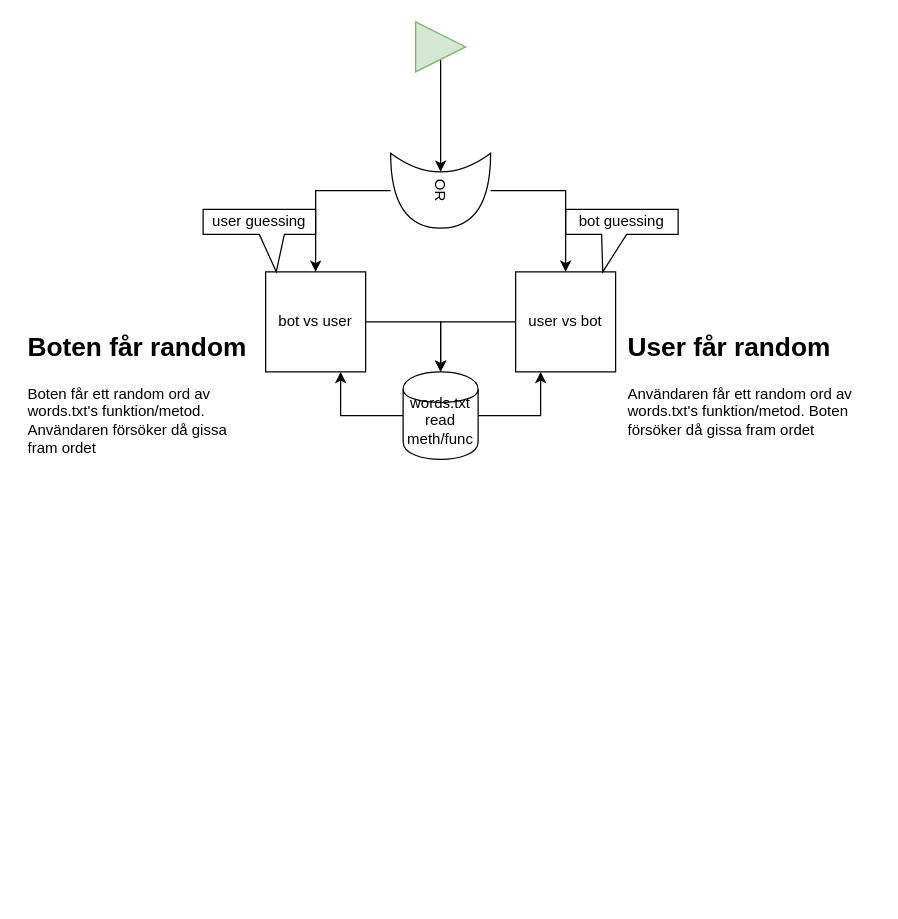
Before: Ordspelet.drawio in oscillate123/python-course-word-game, a draw.io diagram. Source tidied: cells renumbered, new cells numbered last; positions are measured from the earlier drawing's top-left corner, leaving out a move shared by most shapes. Both pictures are drawn from the tidied source at 125%, with x=0, y=0 at pixel (21, 21).
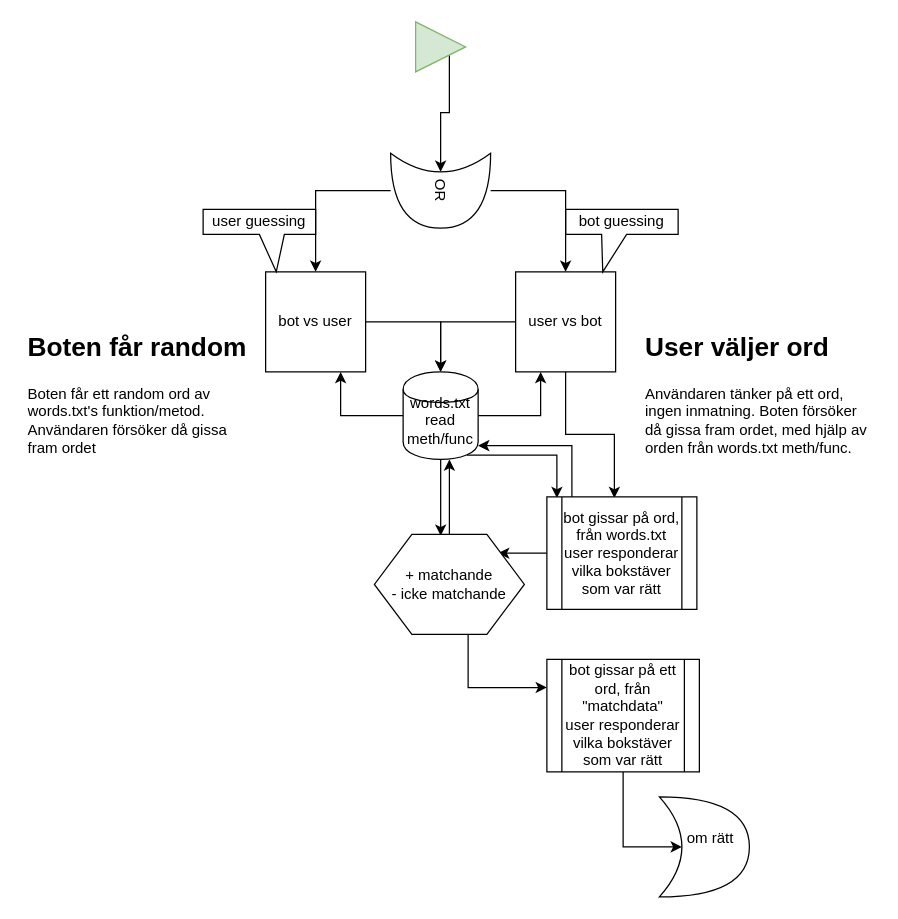
The same diagram, later.

The change refers to these unchanged cells:
```xml
<mxCell id="3" style="triangle;whiteSpace=wrap;html=1;fillColor=#d5e8d4;strokeColor=#82b366;" parent="1" vertex="1">
  <mxGeometry x="315" width="40" height="40" as="geometry" />
</mxCell>
<mxCell id="7" value="user vs bot" style="whiteSpace=wrap;html=1;" parent="1" vertex="1">
  <mxGeometry x="395" y="200" width="80" height="80" as="geometry" />
</mxCell>
<mxCell id="10" value="&lt;div&gt;words.txt&lt;br&gt;read&lt;/div&gt;&lt;div&gt;meth/func&lt;br&gt;&lt;/div&gt;&lt;div&gt;&lt;br&gt;&lt;/div&gt;" style="shape=cylinder;whiteSpace=wrap;html=1;boundedLbl=1;backgroundOutline=1;" parent="1" vertex="1">
  <mxGeometry x="305" y="280" width="60" height="70" as="geometry" />
</mxCell>
<mxCell id="15" value="OR" style="shape=xor;whiteSpace=wrap;html=1;rotation=90;" parent="1" vertex="1">
  <mxGeometry x="305" y="95" width="60" height="80" as="geometry" />
</mxCell>
```

Diff of the diagram source:
```diff
@@
+    <mxCell id="18" style="edgeStyle=orthogonalEdgeStyle;rounded=0;jettySize=auto;html=1;exitX=0.167;exitY=0.011;exitDx=0;exitDy=0;entryX=1;entryY=0.843;entryDx=0;entryDy=0;entryPerimeter=0;exitPerimeter=0;" parent="1" edge="1" source="23" target="10">
+      <mxGeometry relative="1" as="geometry" />
+    </mxCell>
-    <mxCell id="2" style="edgeStyle=orthogonalEdgeStyle;rounded=0;jettySize=auto;html=1;entryX=0.25;entryY=0.5;entryDx=0;entryDy=0;entryPerimeter=0;" parent="1" edge="1" source="3" target="15">
+    <mxCell id="2" style="edgeStyle=orthogonalEdgeStyle;rounded=0;jettySize=auto;html=1;entryX=0.25;entryY=0.5;entryDx=0;entryDy=0;entryPerimeter=0;exitX=0.675;exitY=0.5;exitDx=0;exitDy=0;exitPerimeter=0;" parent="1" edge="1" source="3" target="15">
       <mxGeometry relative="1" as="geometry" />
     </mxCell>
@@
+    <mxCell id="19" style="edgeStyle=orthogonalEdgeStyle;rounded=0;jettySize=auto;html=1;entryX=0.45;entryY=0.011;entryDx=0;entryDy=0;entryPerimeter=0;" parent="1" edge="1" source="7" target="23">
+      <mxGeometry relative="1" as="geometry" />
+    </mxCell>
@@
+    <mxCell id="20" style="edgeStyle=orthogonalEdgeStyle;rounded=0;jettySize=auto;html=1;exitX=0.85;exitY=0.95;exitDx=0;exitDy=0;exitPerimeter=0;entryX=0.067;entryY=0.011;entryDx=0;entryDy=0;entryPerimeter=0;" parent="1" edge="1" source="10" target="23">
+      <mxGeometry relative="1" as="geometry" />
+    </mxCell>
+    <mxCell id="21" style="edgeStyle=orthogonalEdgeStyle;rounded=0;jettySize=auto;html=1;entryX=0.442;entryY=0.013;entryDx=0;entryDy=0;entryPerimeter=0;" parent="1" edge="1" source="10" target="26">
+      <mxGeometry relative="1" as="geometry" />
+    </mxCell>
@@
-    <mxCell id="17" value="&lt;h1&gt;&lt;font style=&quot;font-size: 21px&quot;&gt;User får random&lt;/font&gt;&lt;br&gt;&lt;/h1&gt;&lt;p&gt;Användaren får ett random ord av words.txt's funktion/metod. Boten försöker då gissa fram ordet&lt;br&gt;&lt;/p&gt;" style="text;html=1;strokeColor=none;fillColor=none;spacing=5;spacingTop=-20;whiteSpace=wrap;overflow=hidden;rounded=0;" parent="1" vertex="1">
-      <mxGeometry x="480" y="240" width="190" height="120" as="geometry" />
+    <mxCell id="17" value="&lt;h1&gt;&lt;font style=&quot;font-size: 21px&quot;&gt;User väljer ord&lt;/font&gt;&lt;br&gt;&lt;/h1&gt;&lt;p&gt;Användaren tänker på ett ord, ingen inmatning. Boten försöker då gissa fram ordet, med hjälp av orden från words.txt meth/func.&lt;br&gt;&lt;/p&gt;" style="text;html=1;strokeColor=none;fillColor=none;spacing=5;spacingTop=-20;whiteSpace=wrap;overflow=hidden;rounded=0;" parent="1" vertex="1">
+      <mxGeometry x="494" y="240" width="190" height="120" as="geometry" />
     </mxCell>
+    <mxCell id="22" style="edgeStyle=orthogonalEdgeStyle;rounded=0;jettySize=auto;html=1;exitX=0;exitY=0.5;exitDx=0;exitDy=0;entryX=0.825;entryY=0.188;entryDx=0;entryDy=0;entryPerimeter=0;" parent="1" edge="1" source="23" target="26">
+      <mxGeometry relative="1" as="geometry" />
+    </mxCell>
+    <mxCell id="23" value="bot gissar på ord, från words.txt&lt;br&gt;user responderar vilka bokstäver som var rätt" style="shape=process;whiteSpace=wrap;html=1;backgroundOutline=1;" parent="1" vertex="1">
+      <mxGeometry x="420" y="380" width="120" height="90" as="geometry" />
+    </mxCell>
+    <mxCell id="24" style="edgeStyle=orthogonalEdgeStyle;rounded=0;jettySize=auto;html=1;entryX=0.617;entryY=1;entryDx=0;entryDy=0;entryPerimeter=0;" parent="1" edge="1" source="26" target="10">
+      <mxGeometry relative="1" as="geometry" />
+    </mxCell>
+    <mxCell id="25" style="edgeStyle=orthogonalEdgeStyle;rounded=0;jettySize=auto;html=1;exitX=0.625;exitY=1;exitDx=0;exitDy=0;entryX=0;entryY=0.25;entryDx=0;entryDy=0;" parent="1" edge="1" source="26" target="28">
+      <mxGeometry relative="1" as="geometry" />
+    </mxCell>
+    <mxCell id="26" value="+ matchande&lt;br&gt;- icke matchande" style="shape=hexagon;perimeter=hexagonPerimeter2;whiteSpace=wrap;html=1;" parent="1" vertex="1">
+      <mxGeometry x="282" y="410" width="120" height="80" as="geometry" />
+    </mxCell>
+    <mxCell id="27" style="edgeStyle=orthogonalEdgeStyle;rounded=0;jettySize=auto;html=1;entryX=0.25;entryY=0.5;entryDx=0;entryDy=0;entryPerimeter=0;" parent="1" edge="1" source="28" target="29">
+      <mxGeometry relative="1" as="geometry">
+        <Array as="points">
+          <mxPoint x="481" y="660" />
+        </Array>
+      </mxGeometry>
+    </mxCell>
+    <mxCell id="28" value="bot gissar på ett ord, från &quot;matchdata&quot;&lt;br&gt;user responderar vilka bokstäver som var rätt" style="shape=process;whiteSpace=wrap;html=1;backgroundOutline=1;" parent="1" vertex="1">
+      <mxGeometry x="420" y="510" width="122" height="90" as="geometry" />
+    </mxCell>
+    <mxCell id="29" value="&lt;div&gt;&amp;nbsp;&amp;nbsp; om rätt&lt;/div&gt;&lt;div&gt;&lt;br&gt;&lt;/div&gt;" style="shape=xor;whiteSpace=wrap;html=1;rotation=0;" parent="1" vertex="1">
+      <mxGeometry x="510" y="620" width="72" height="80" as="geometry" />
+    </mxCell>
```
